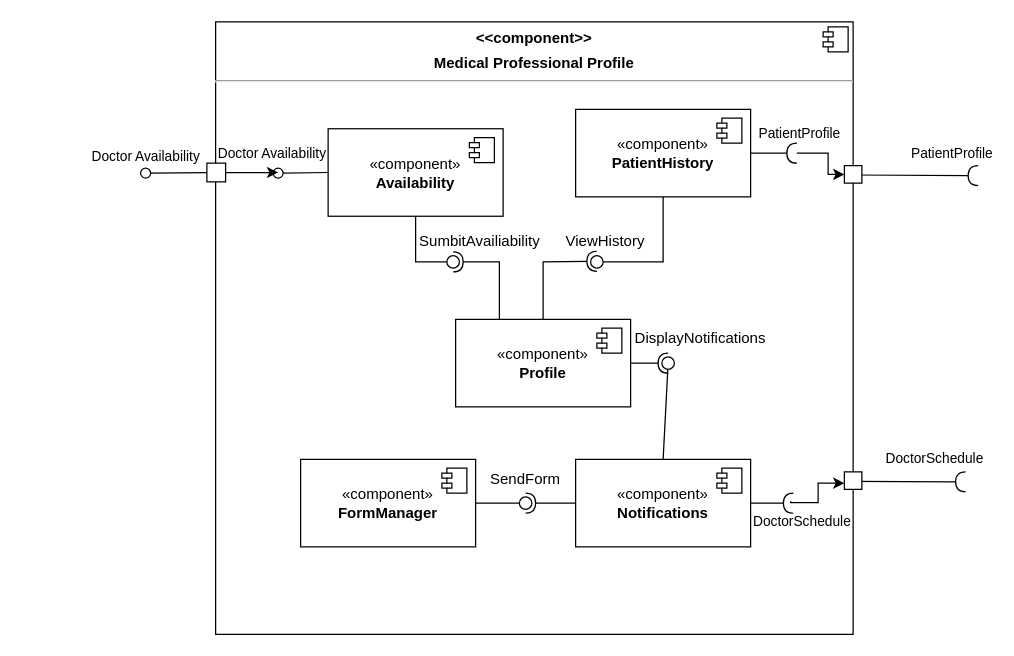
uvic-teach/project-m1-team10 keeps this draw.io diagram as Milestone-2/Component-Diagrams/Med-Prof-Component-Diagram.drawio. Above is the earlier version. Source tidied: cells renumbered, new cells numbered last; positions are measured from the earlier drawing's top-left corner, leaving out a move shared by most shapes. Both pictures are drawn from the tidied source at 125%, with x=0, y=0 at pixel (21, 21).
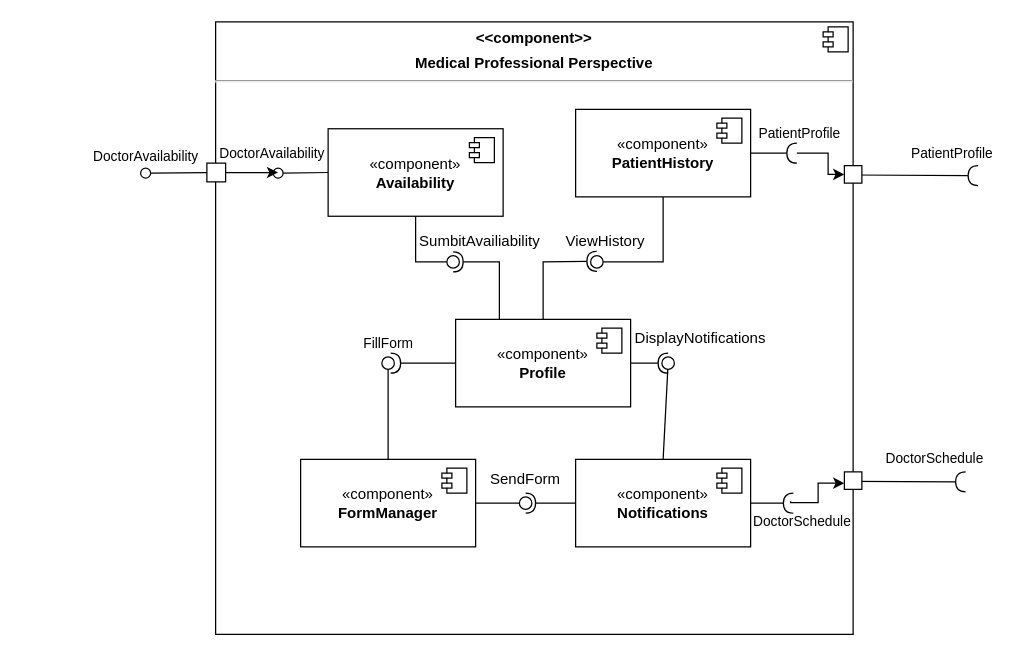
After the change.

Unchanged cells that the change refers to:
```xml
<mxCell id="13" value="«component»&lt;br&gt;&lt;b&gt;Profile&lt;/b&gt;" style="html=1;whiteSpace=wrap;" parent="1" vertex="1">
  <mxGeometry x="347" y="238" width="140" height="70" as="geometry" />
</mxCell>
<mxCell id="18" value="«component»&lt;br&gt;&lt;b&gt;FormManager&lt;/b&gt;" style="html=1;whiteSpace=wrap;" parent="1" vertex="1">
  <mxGeometry x="223" y="350" width="140" height="70" as="geometry" />
</mxCell>
<mxCell id="37" style="html=1;verticalAlign=bottom;labelBackgroundColor=none;endArrow=oval;endFill=0;endSize=8;rounded=0;exitX=0;exitY=0.5;exitDx=0;exitDy=0;" parent="1" edge="1" source="31">
  <mxGeometry relative="1" as="geometry">
    <mxPoint x="205" y="121" as="targetPoint" />
  </mxGeometry>
</mxCell>
```

Change to the diagram source:
```diff
@@
-    <mxCell id="2" value="&lt;p style=&quot;margin:0px;margin-top:6px;text-align:center;&quot;&gt;&lt;b&gt;&amp;lt;&amp;lt;component&amp;gt;&amp;gt;&lt;/b&gt;&lt;/p&gt;&lt;p style=&quot;margin:0px;margin-top:6px;text-align:center;&quot;&gt;&lt;b&gt;Medical Professional Profile&lt;/b&gt;&lt;/p&gt;&lt;hr&gt;&lt;p style=&quot;margin:0px;margin-left:8px;&quot;&gt;&lt;br&gt;&lt;/p&gt;" style="align=left;overflow=fill;html=1;whiteSpace=wrap;" parent="1" vertex="1">
+    <mxCell id="2" value="&lt;p style=&quot;margin:0px;margin-top:6px;text-align:center;&quot;&gt;&lt;b&gt;&amp;lt;&amp;lt;component&amp;gt;&amp;gt;&lt;/b&gt;&lt;/p&gt;&lt;p style=&quot;margin:0px;margin-top:6px;text-align:center;&quot;&gt;&lt;b&gt;Medical Professional Perspective&lt;/b&gt;&lt;/p&gt;&lt;hr&gt;&lt;p style=&quot;margin:0px;margin-left:8px;&quot;&gt;&lt;br&gt;&lt;/p&gt;" style="align=left;overflow=fill;html=1;whiteSpace=wrap;" parent="1" vertex="1">
       <mxGeometry x="155" width="510" height="490" as="geometry" />
     </mxCell>
@@
-    <mxCell id="36" value="Doctor Availability" style="ellipse;html=1;fontSize=11;align=center;fillColor=none;points=[];verticalAlign=bottom;labelPosition=center;verticalLabelPosition=top;flipH=1;" parent="1" vertex="1">
+    <mxCell id="36" value="DoctorAvailability" style="ellipse;html=1;fontSize=11;align=center;fillColor=none;points=[];verticalAlign=bottom;labelPosition=center;verticalLabelPosition=top;flipH=1;" parent="1" vertex="1">
       <mxGeometry x="95" y="117" width="8" height="8" as="geometry" />
     </mxCell>
@@
-    <mxCell id="38" value="&lt;font style=&quot;font-size: 11px;&quot;&gt;Doctor Availability&lt;/font&gt;" style="edgeLabel;html=1;align=center;verticalAlign=middle;fontSize=11;" parent="37" vertex="1">
+    <mxCell id="38" value="&lt;font style=&quot;font-size: 11px;&quot;&gt;DoctorAvailability&lt;/font&gt;" style="edgeLabel;html=1;align=center;verticalAlign=middle;fontSize=11;" parent="37" vertex="1">
       <mxGeometry x="0.43" y="1" relative="1" as="geometry">
         <mxPoint x="-17" y="-17" as="offset" />
       </mxGeometry>
     </mxCell>
@@
+    <mxCell id="54" style="rounded=0;jettySize=auto;html=1;endArrow=halfCircle;endFill=0;endSize=6;strokeWidth=1;sketch=0;exitX=0;exitY=0.5;exitDx=0;exitDy=0;entryX=0.5;entryY=0.5;entryDx=0;entryDy=0;entryPerimeter=0;" parent="1" edge="1" source="13" target="57">
+      <mxGeometry relative="1" as="geometry" />
+    </mxCell>
+    <mxCell id="55" style="rounded=0;jettySize=auto;html=1;endArrow=oval;endFill=0;sketch=0;sourcePerimeterSpacing=0;targetPerimeterSpacing=0;endSize=10;exitX=0.5;exitY=0;exitDx=0;exitDy=0;" parent="1" edge="1" source="18">
+      <mxGeometry relative="1" as="geometry">
+        <mxPoint x="293" y="273" as="targetPoint" />
+      </mxGeometry>
+    </mxCell>
+    <mxCell id="56" value="FillForm" style="edgeLabel;html=1;align=center;verticalAlign=middle;" parent="55" vertex="1">
+      <mxGeometry x="0.35" y="-3" relative="1" as="geometry">
+        <mxPoint x="-4" y="-42" as="offset" />
+      </mxGeometry>
+    </mxCell>
+    <mxCell id="57" style="ellipse;whiteSpace=wrap;html=1;align=center;fillColor=none;strokeColor=none;perimeter=centerPerimeter;points=[];outlineConnect=1;" parent="1" vertex="1">
+      <mxGeometry x="290" y="268" width="10" height="10" as="geometry" />
+    </mxCell>
```
